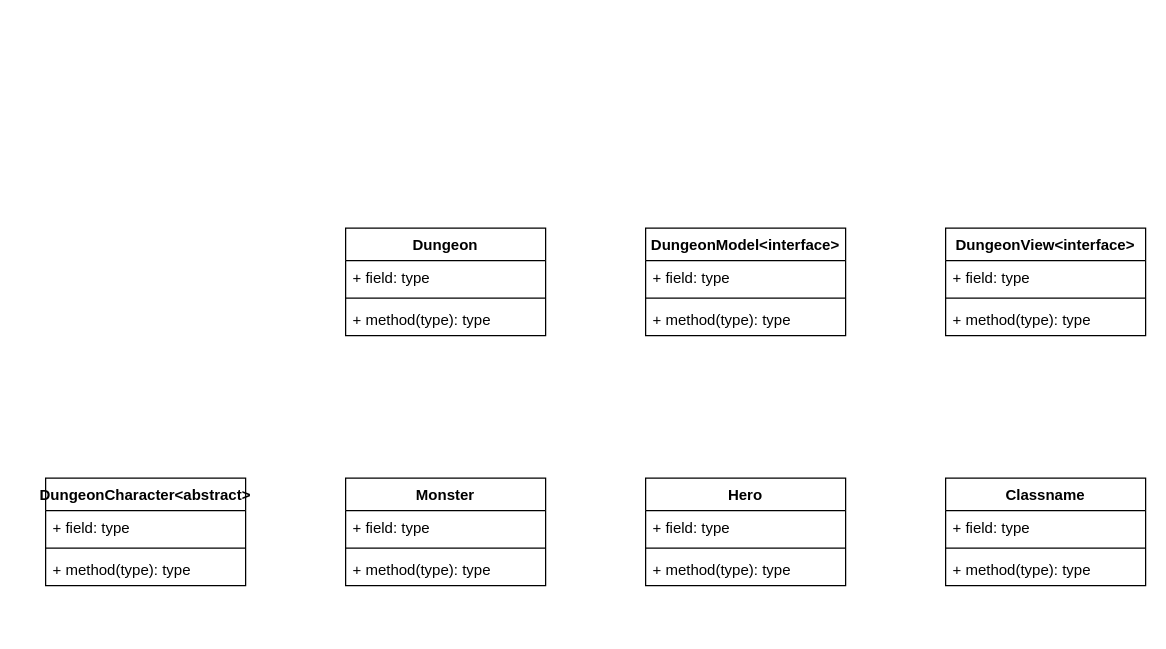
Above: Dungeon.drawio in dapinkone/TCSS360DungeonAdventure (draw.io), before the change. Source tidied: cells renumbered, new cells numbered last; positions are measured from the earlier drawing's top-left corner, leaving out a move shared by most shapes. Both pictures are drawn from the tidied source at 125%, with x=0, y=0 at pixel (45, 228).
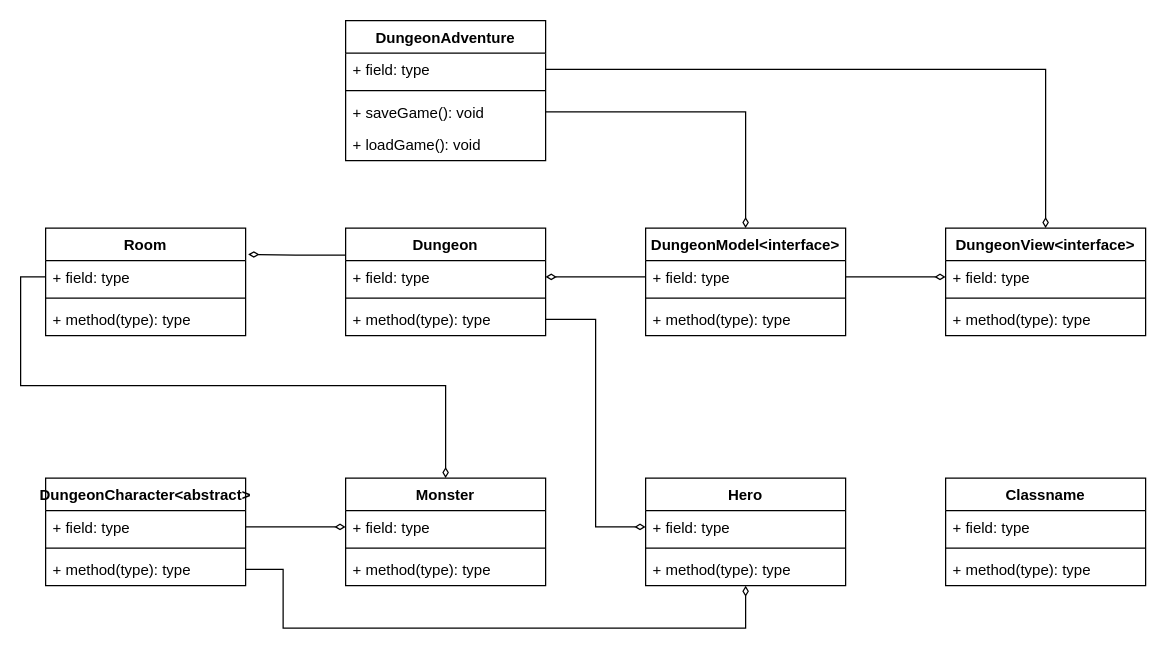
The same diagram, later.

The change refers to these unchanged cells:
```xml
<mxCell id="2" value="Monster" style="swimlane;fontStyle=1;align=center;verticalAlign=top;horizontal=1;startSize=26;" parent="1" vertex="1">
  <mxGeometry x="240" y="200" width="160" height="86" as="geometry" />
</mxCell>
<mxCell id="3" value="+ field: type" style="text;strokeColor=none;fillColor=none;align=left;verticalAlign=top;spacingLeft=4;spacingRight=4;overflow=hidden;points=[[0,0.5],[1,0.5]];portConstraint=eastwest;" parent="2" vertex="1">
  <mxGeometry y="26" width="160" height="26" as="geometry" />
</mxCell>
<mxCell id="7" value="+ field: type" style="text;strokeColor=none;fillColor=none;align=left;verticalAlign=top;spacingLeft=4;spacingRight=4;overflow=hidden;points=[[0,0.5],[1,0.5]];portConstraint=eastwest;" parent="6" vertex="1">
  <mxGeometry y="26" width="160" height="26" as="geometry" />
</mxCell>
<mxCell id="9" value="+ method(type): type" style="text;strokeColor=none;fillColor=none;align=left;verticalAlign=top;spacingLeft=4;spacingRight=4;overflow=hidden;points=[[0,0.5],[1,0.5]];portConstraint=eastwest;" parent="6" vertex="1">
  <mxGeometry y="60" width="160" height="26" as="geometry" />
</mxCell>
<mxCell id="11" value="+ field: type" style="text;strokeColor=none;fillColor=none;align=left;verticalAlign=top;spacingLeft=4;spacingRight=4;overflow=hidden;points=[[0,0.5],[1,0.5]];portConstraint=eastwest;" parent="10" vertex="1">
  <mxGeometry y="26" width="160" height="26" as="geometry" />
</mxCell>
<mxCell id="13" value="+ method(type): type" style="text;strokeColor=none;fillColor=none;align=left;verticalAlign=top;spacingLeft=4;spacingRight=4;overflow=hidden;points=[[0,0.5],[1,0.5]];portConstraint=eastwest;" parent="10" vertex="1">
  <mxGeometry y="60" width="160" height="26" as="geometry" />
</mxCell>
<mxCell id="18" value="DungeonView&lt;interface&gt;&#10;" style="swimlane;fontStyle=1;align=center;verticalAlign=top;horizontal=1;startSize=26;" parent="1" vertex="1">
  <mxGeometry x="720" width="160" height="86" as="geometry" />
</mxCell>
<mxCell id="19" value="+ field: type" style="text;strokeColor=none;fillColor=none;align=left;verticalAlign=top;spacingLeft=4;spacingRight=4;overflow=hidden;points=[[0,0.5],[1,0.5]];portConstraint=eastwest;" parent="18" vertex="1">
  <mxGeometry y="26" width="160" height="26" as="geometry" />
</mxCell>
<mxCell id="22" value="DungeonModel&lt;interface&gt;&#10;" style="swimlane;fontStyle=1;align=center;verticalAlign=top;horizontal=1;startSize=26;" parent="1" vertex="1">
  <mxGeometry x="480" width="160" height="86" as="geometry" />
</mxCell>
<mxCell id="23" value="+ field: type" style="text;strokeColor=none;fillColor=none;align=left;verticalAlign=top;spacingLeft=4;spacingRight=4;overflow=hidden;points=[[0,0.5],[1,0.5]];portConstraint=eastwest;" parent="22" vertex="1">
  <mxGeometry y="26" width="160" height="26" as="geometry" />
</mxCell>
<mxCell id="26" value="Dungeon&#10;" style="swimlane;fontStyle=1;align=center;verticalAlign=top;horizontal=1;startSize=26;" parent="1" vertex="1">
  <mxGeometry x="240" width="160" height="86" as="geometry" />
</mxCell>
<mxCell id="27" value="+ field: type" style="text;strokeColor=none;fillColor=none;align=left;verticalAlign=top;spacingLeft=4;spacingRight=4;overflow=hidden;points=[[0,0.5],[1,0.5]];portConstraint=eastwest;" parent="26" vertex="1">
  <mxGeometry y="26" width="160" height="26" as="geometry" />
</mxCell>
<mxCell id="29" value="+ method(type): type" style="text;strokeColor=none;fillColor=none;align=left;verticalAlign=top;spacingLeft=4;spacingRight=4;overflow=hidden;points=[[0,0.5],[1,0.5]];portConstraint=eastwest;" parent="26" vertex="1">
  <mxGeometry y="60" width="160" height="26" as="geometry" />
</mxCell>
```

Change to the diagram source:
```diff
@@
+    <mxCell id="30" style="edgeStyle=orthogonalEdgeStyle;rounded=0;jettySize=auto;html=1;exitX=0;exitY=0.25;exitDx=0;exitDy=0;entryX=1.013;entryY=-0.192;entryDx=0;entryDy=0;entryPerimeter=0;startArrow=none;startFill=0;endArrow=diamondThin;endFill=0;" parent="1" edge="1" source="26" target="32">
+      <mxGeometry relative="1" as="geometry" />
+    </mxCell>
@@
+    <mxCell id="31" value="Room" style="swimlane;fontStyle=1;align=center;verticalAlign=top;horizontal=1;startSize=26;" parent="1" vertex="1">
+      <mxGeometry width="160" height="86" as="geometry" />
+    </mxCell>
+    <mxCell id="32" value="+ field: type" style="text;strokeColor=none;fillColor=none;align=left;verticalAlign=top;spacingLeft=4;spacingRight=4;overflow=hidden;points=[[0,0.5],[1,0.5]];portConstraint=eastwest;" parent="31" vertex="1">
+      <mxGeometry y="26" width="160" height="26" as="geometry" />
+    </mxCell>
+    <mxCell id="33" style="line;strokeWidth=1;fillColor=none;align=left;verticalAlign=middle;spacingTop=-1;spacingLeft=3;spacingRight=3;labelPosition=right;strokeColor=inherit;" parent="31" vertex="1">
+      <mxGeometry y="52" width="160" height="8" as="geometry" />
+    </mxCell>
+    <mxCell id="34" value="+ method(type): type" style="text;strokeColor=none;fillColor=none;align=left;verticalAlign=top;spacingLeft=4;spacingRight=4;overflow=hidden;" parent="31" vertex="1">
+      <mxGeometry y="60" width="160" height="26" as="geometry" />
+    </mxCell>
+    <mxCell id="35" value="DungeonAdventure&#10;" style="swimlane;fontStyle=1;align=center;verticalAlign=top;horizontal=1;startSize=26;rounded=0;" parent="1" vertex="1">
+      <mxGeometry x="240" y="-166" width="160" height="112" as="geometry" />
+    </mxCell>
+    <mxCell id="36" value="+ field: type" style="text;strokeColor=none;fillColor=none;align=left;verticalAlign=top;spacingLeft=4;spacingRight=4;overflow=hidden;points=[[0,0.5],[1,0.5]];portConstraint=eastwest;" parent="35" vertex="1">
+      <mxGeometry y="26" width="160" height="26" as="geometry" />
+    </mxCell>
+    <mxCell id="37" style="line;strokeWidth=1;fillColor=none;align=left;verticalAlign=middle;spacingTop=-1;spacingLeft=3;spacingRight=3;labelPosition=right;strokeColor=inherit;" parent="35" vertex="1">
+      <mxGeometry y="52" width="160" height="8" as="geometry" />
+    </mxCell>
+    <mxCell id="38" value="+ saveGame(): void&#10;" style="text;strokeColor=none;fillColor=none;align=left;verticalAlign=top;spacingLeft=4;spacingRight=4;overflow=hidden;points=[[0,0.5],[1,0.5]];portConstraint=eastwest;" parent="35" vertex="1">
+      <mxGeometry y="60" width="160" height="26" as="geometry" />
+    </mxCell>
+    <mxCell id="39" value="+ loadGame(): void" style="text;strokeColor=none;fillColor=none;align=left;verticalAlign=top;spacingLeft=4;spacingRight=4;overflow=hidden;" parent="35" vertex="1">
+      <mxGeometry y="86" width="160" height="26" as="geometry" />
+    </mxCell>
+    <mxCell id="40" style="edgeStyle=orthogonalEdgeStyle;rounded=0;jettySize=auto;html=1;exitX=0;exitY=0.5;exitDx=0;exitDy=0;startArrow=none;startFill=0;endArrow=diamondThin;endFill=0;" parent="1" edge="1" source="23" target="27">
+      <mxGeometry relative="1" as="geometry" />
+    </mxCell>
+    <mxCell id="41" style="edgeStyle=orthogonalEdgeStyle;rounded=0;jettySize=auto;html=1;exitX=1;exitY=0.5;exitDx=0;exitDy=0;startArrow=none;startFill=0;endArrow=diamondThin;endFill=0;" parent="1" edge="1" source="23" target="19">
+      <mxGeometry relative="1" as="geometry" />
+    </mxCell>
+    <mxCell id="42" style="edgeStyle=orthogonalEdgeStyle;rounded=0;jettySize=auto;html=1;exitX=0;exitY=0.5;exitDx=0;exitDy=0;entryX=0.5;entryY=0;entryDx=0;entryDy=0;startArrow=none;startFill=0;endArrow=diamondThin;endFill=0;" parent="1" edge="1" source="32" target="2">
+      <mxGeometry relative="1" as="geometry" />
+    </mxCell>
+    <mxCell id="43" style="edgeStyle=orthogonalEdgeStyle;rounded=0;jettySize=auto;html=1;exitX=1;exitY=0.5;exitDx=0;exitDy=0;entryX=0;entryY=0.5;entryDx=0;entryDy=0;startArrow=none;startFill=0;endArrow=diamondThin;endFill=0;" parent="1" edge="1" source="29" target="11">
+      <mxGeometry relative="1" as="geometry" />
+    </mxCell>
+    <mxCell id="44" style="edgeStyle=orthogonalEdgeStyle;rounded=0;jettySize=auto;html=1;exitX=1;exitY=0.5;exitDx=0;exitDy=0;entryX=0;entryY=0.5;entryDx=0;entryDy=0;startArrow=none;startFill=0;endArrow=diamondThin;endFill=0;" parent="1" edge="1" source="7" target="3">
+      <mxGeometry relative="1" as="geometry" />
+    </mxCell>
+    <mxCell id="45" style="edgeStyle=orthogonalEdgeStyle;rounded=0;jettySize=auto;html=1;exitX=1;exitY=0.5;exitDx=0;exitDy=0;startArrow=none;startFill=0;endArrow=diamondThin;endFill=0;" parent="1" edge="1" source="9" target="13">
+      <mxGeometry relative="1" as="geometry">
+        <Array as="points">
+          <mxPoint x="190" y="273" />
+          <mxPoint x="190" y="320" />
+          <mxPoint x="560" y="320" />
+        </Array>
+      </mxGeometry>
+    </mxCell>
+    <mxCell id="46" style="edgeStyle=orthogonalEdgeStyle;rounded=0;jettySize=auto;html=1;exitX=1;exitY=0.5;exitDx=0;exitDy=0;entryX=0.5;entryY=0;entryDx=0;entryDy=0;startArrow=none;startFill=0;endArrow=diamondThin;endFill=0;" parent="1" edge="1" source="38" target="22">
+      <mxGeometry relative="1" as="geometry" />
+    </mxCell>
+    <mxCell id="47" style="edgeStyle=orthogonalEdgeStyle;rounded=0;jettySize=auto;html=1;exitX=1;exitY=0.5;exitDx=0;exitDy=0;entryX=0.5;entryY=0;entryDx=0;entryDy=0;startArrow=none;startFill=0;endArrow=diamondThin;endFill=0;" parent="1" edge="1" source="36" target="18">
+      <mxGeometry relative="1" as="geometry" />
+    </mxCell>
```
